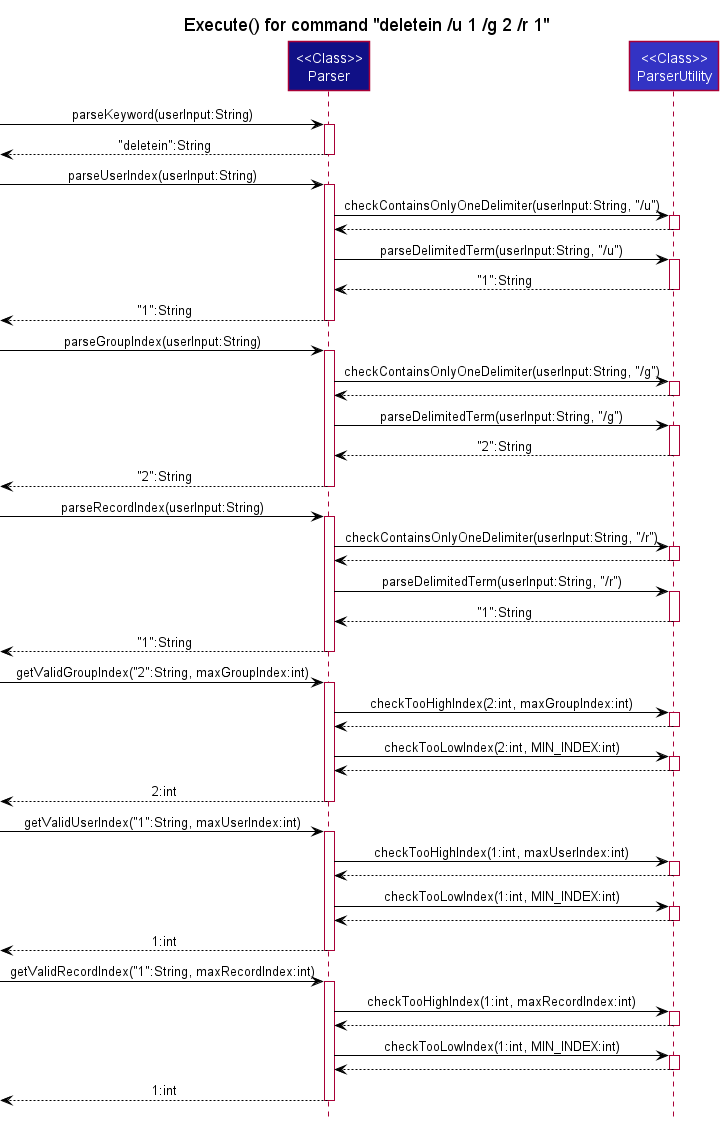
Before: docs/images/ParserSequenceDiagram1.png, a diagram exported from PlantUML (nus-cs2113-AY2122S2/tp).
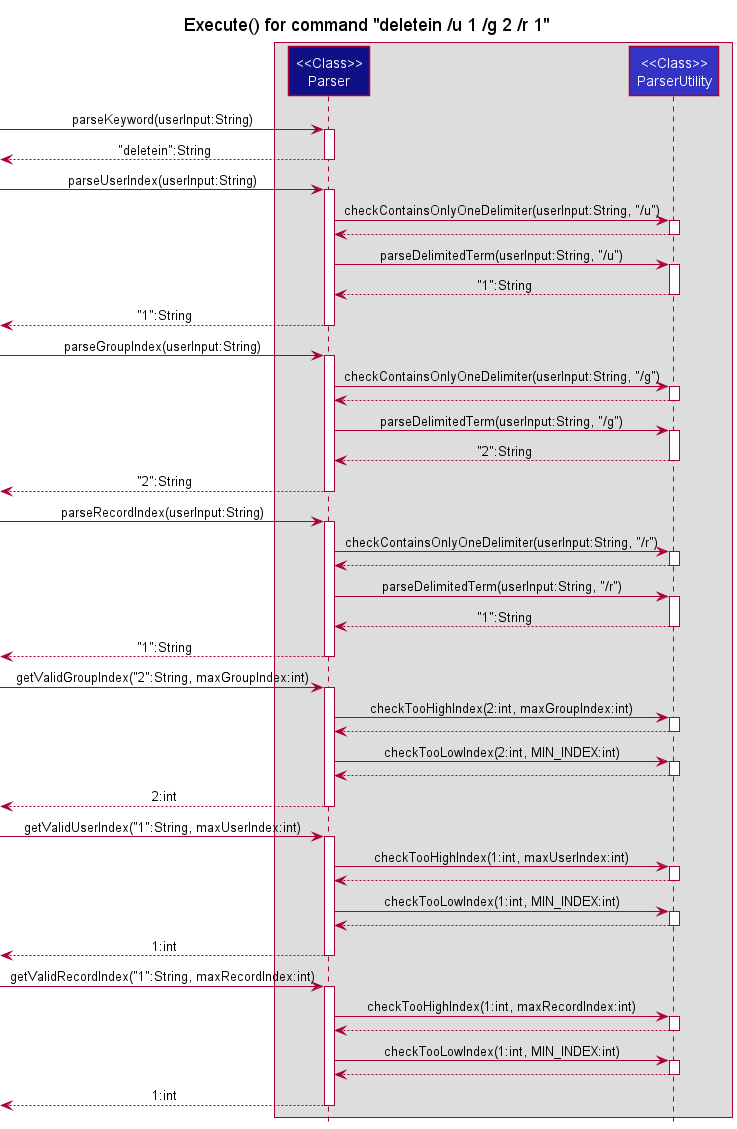
Above is the later version.

Commit message:
Add more standardization for DG diagrams

What changed in the source:
```diff
@@ -1,12 +1,14 @@
 @startuml
 !include style.puml
-skinparam arrowColor #BLACK
+
 skinparam noteTextAlignment left
 
 Title : Execute() for command "deletein /u 1 /g 2 /r 1"
 
-Participant "<<Class>>\nParser" as Parser LOGIC_COLOR
-Participant "<<Class>>\nParserUtility" as UParser LOGIC_COLOR_T1
+box
+    Participant "<<Class>>\nParser" as Parser LOGIC_COLOR
+    Participant "<<Class>>\nParserUtility" as UParser LOGIC_COLOR_T1
+end box
 
 [-> Parser : parseKeyword(userInput:String)
 activate Parser
```
